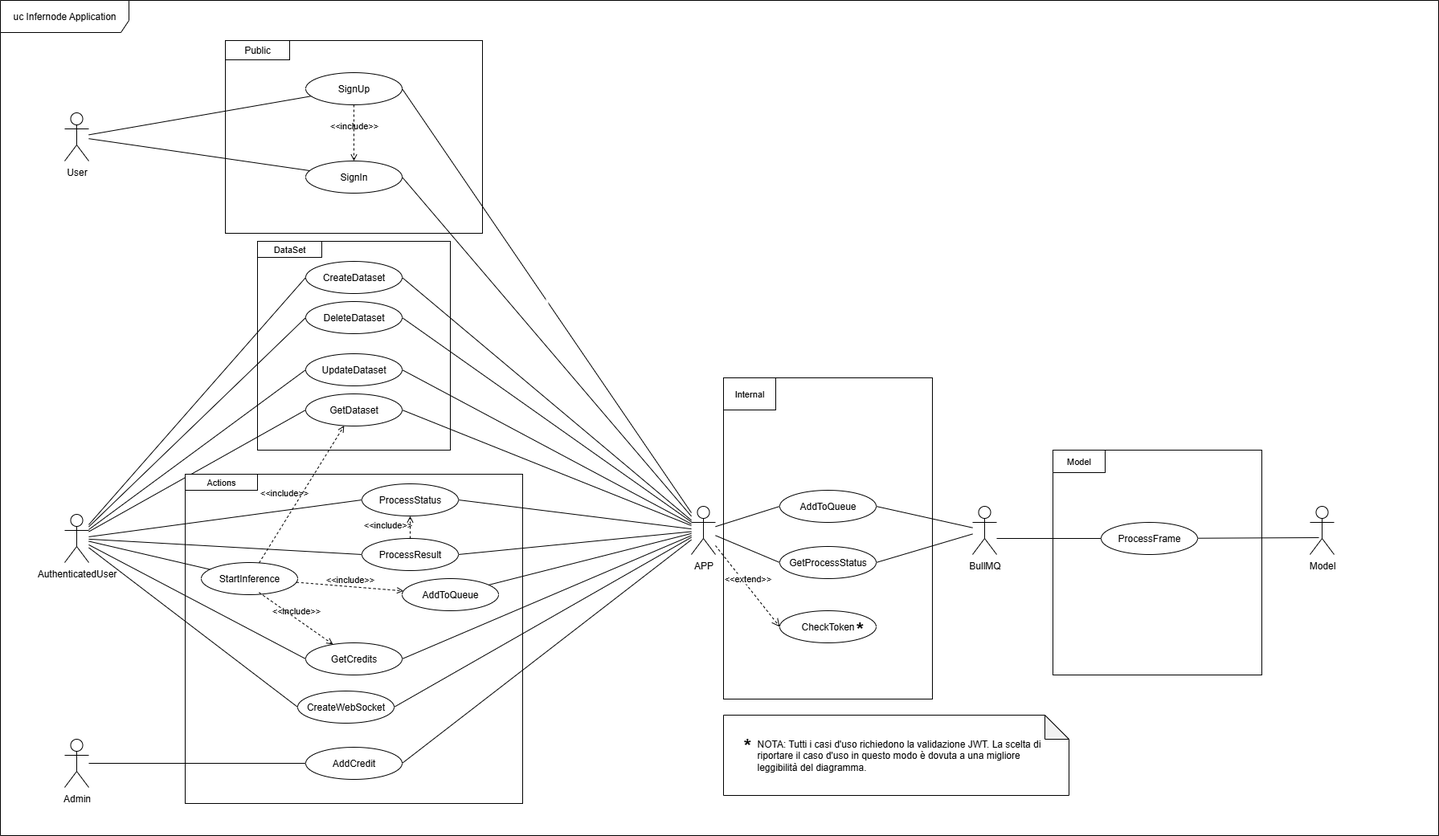
This is public/UseCase.png from teampa-25/core, a draw.io export, as it was before one commit. Source tidied: cells renumbered, new cells last; positions are measured from the earlier drawing's top-left corner, leaving out a move shared by most shapes.
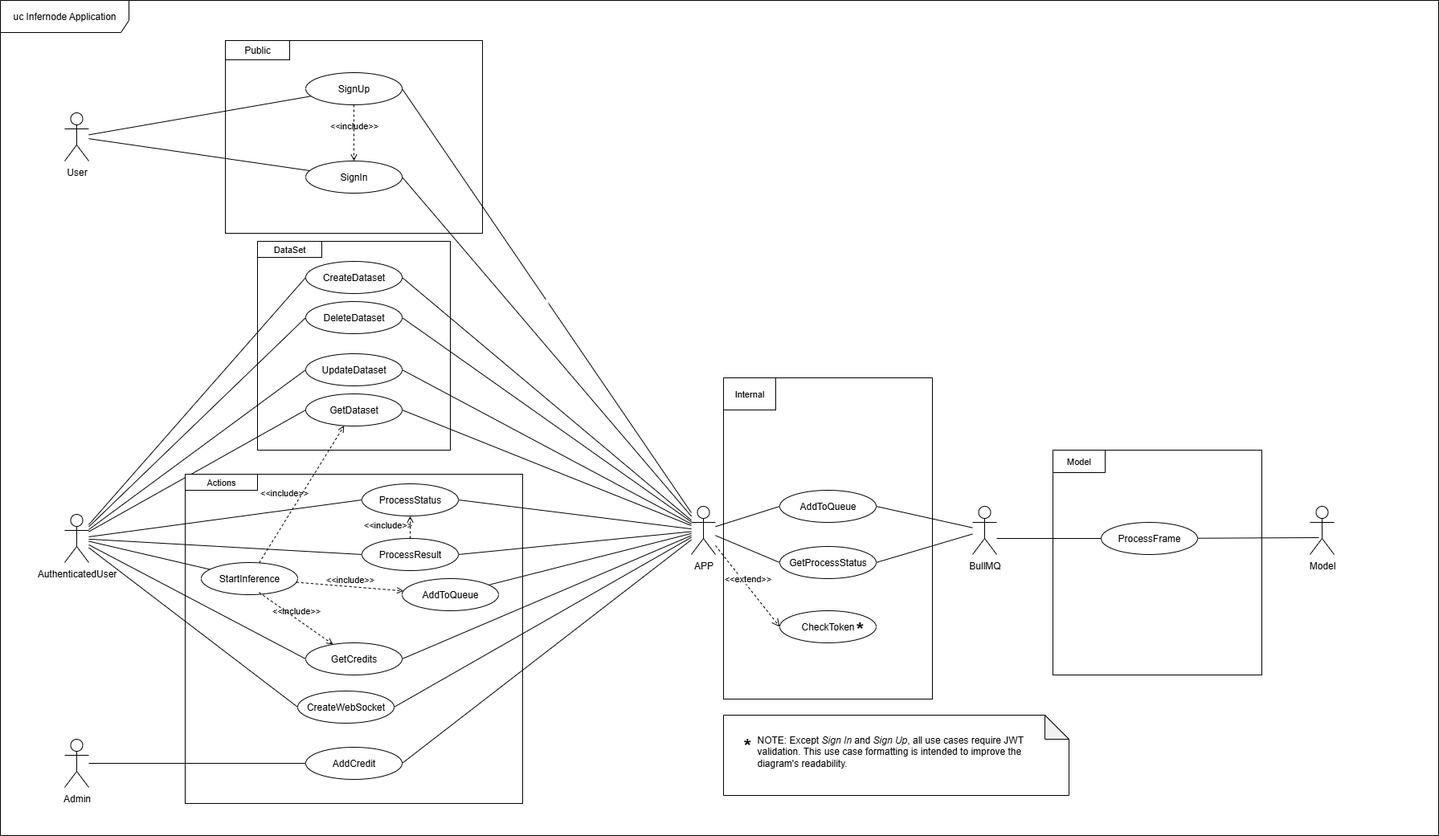
The same file after the commit.

What changed in the source:
```diff
@@ -232,8 +232,8 @@
     <mxCell id="77" value="&lt;h1&gt;*&lt;/h1&gt;" style="text;html=1;align=center;verticalAlign=middle;whiteSpace=wrap;rounded=0;" parent="1" vertex="1">
       <mxGeometry x="900" y="910" width="60" height="35" as="geometry" />
     </mxCell>
-    <mxCell id="78" value="NOTA: Tutti i casi d'uso richiedono la validazione JWT. La scelta di riportare il caso d'uso in questo modo è dovuta a una migliore leggibilità del diagramma." style="text;html=1;align=left;verticalAlign=middle;whiteSpace=wrap;rounded=0;" parent="1" vertex="1">
-      <mxGeometry x="940" y="925" width="360" height="30" as="geometry" />
+    <mxCell id="78" value="NOTE: Except &lt;i&gt;Sign In&lt;/i&gt; and &lt;i&gt;Sign Up&lt;/i&gt;, all use cases require JWT validation. This use case formatting is intended to improve the diagram's readability." style="text;html=1;align=left;verticalAlign=middle;whiteSpace=wrap;rounded=0;" parent="1" vertex="1">
+      <mxGeometry x="940" y="920" width="360" height="30" as="geometry" />
     </mxCell>
   </root>
 </mxGraphModel>
```
